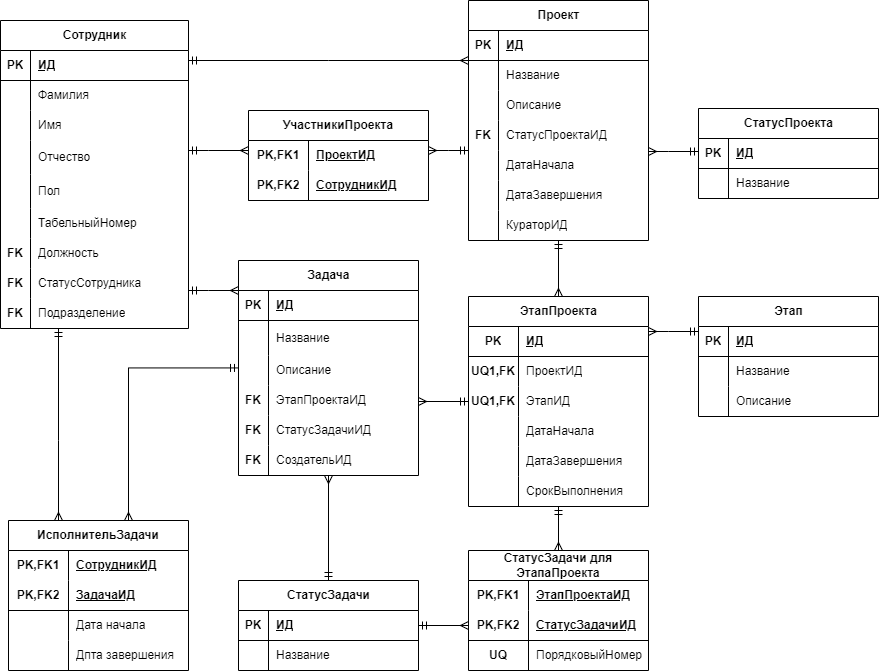
Above: misc/images/diagrams/schema-ER-диаграмма.drawio.png in Kristinycheremych/eremenko-graduateproject (draw.io), before the change. Source tidied: cells renumbered, new cells last; positions are measured from the earlier drawing's top-left corner, leaving out a move shared by most shapes.
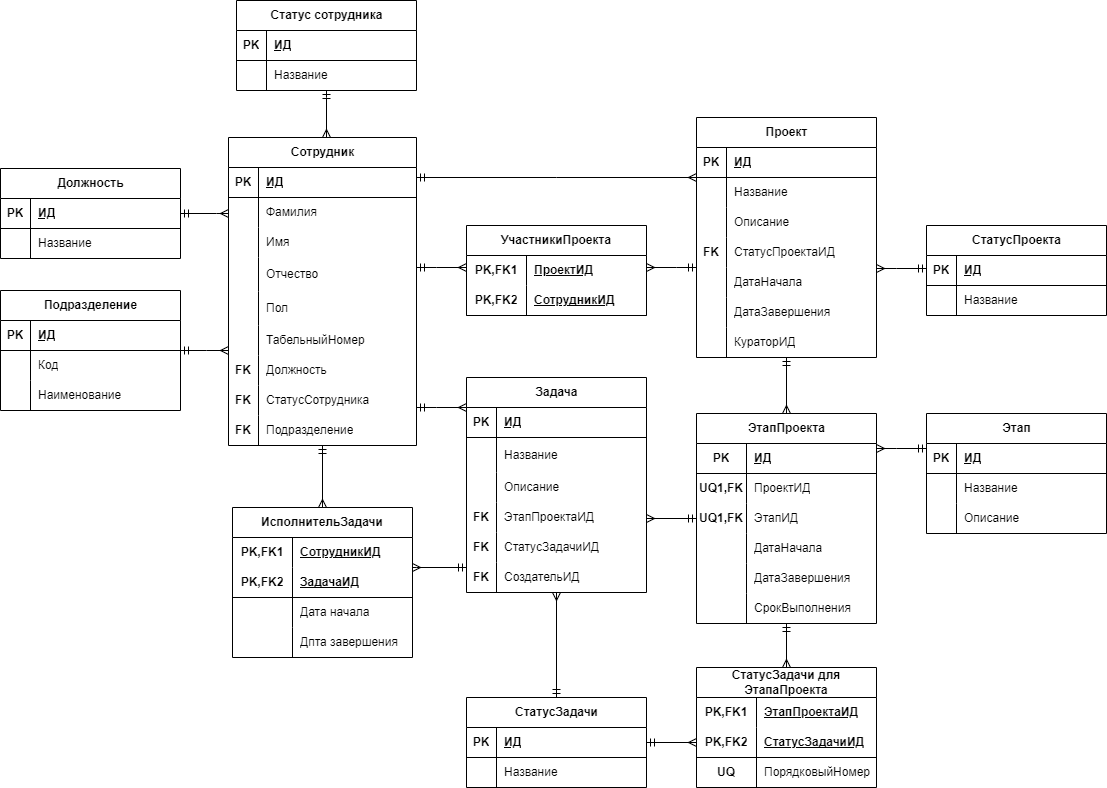
Later version of the same file.

Diff of the diagram source:
```diff
@@ -186,7 +186,7 @@
       <mxGeometry x="60" width="120" height="30" as="geometry" />
     </mxCell>
     <mxCell id="63" value="УчастникиПроекта" style="shape=table;startSize=30;rowLines=0;fontStyle=1;align=center;html=1;whiteSpace=wrap;fillColor=none;swimlaneLine=1;" parent="1" vertex="1">
-      <mxGeometry x="248" y="110" width="180" height="90" as="geometry" />
+      <mxGeometry x="238" y="108" width="180" height="90" as="geometry" />
     </mxCell>
     <mxCell id="64" style="shape=tableRow;horizontal=0;startSize=0;swimlaneHead=0;swimlaneBody=0;fillColor=none;top=0;left=0;right=0;bottom=0;html=1;" parent="63" vertex="1">
       <mxGeometry y="30" width="180" height="30" as="geometry" />
@@ -477,7 +477,8 @@
     <mxCell id="142" style="edgeStyle=orthogonalEdgeStyle;rounded=0;jettySize=auto;html=1;startArrow=ERmandOne;startFill=0;endArrow=ERmany;endFill=0;swimlaneLine=1;" parent="1" edge="1" source="122" target="144">
       <mxGeometry relative="1" as="geometry">
         <Array as="points">
-          <mxPoint x="128" y="367" />
+          <mxPoint x="188" y="450" />
+          <mxPoint x="188" y="450" />
         </Array>
       </mxGeometry>
     </mxCell>
@@ -490,7 +491,7 @@
       </mxGeometry>
     </mxCell>
     <mxCell id="144" value="ИсполнительЗадачи" style="shape=table;startSize=30;rowLines=0;fontStyle=1;align=center;html=1;whiteSpace=wrap;" parent="1" vertex="1">
-      <mxGeometry x="8" y="520" width="180" height="150" as="geometry" />
+      <mxGeometry x="4" y="390" width="180" height="150" as="geometry" />
     </mxCell>
     <mxCell id="145" style="shape=tableRow;horizontal=0;startSize=0;swimlaneHead=0;swimlaneBody=0;fillColor=none;top=0;left=0;right=0;bottom=0;html=1;" parent="144" vertex="1">
       <mxGeometry y="30" width="180" height="30" as="geometry" />
@@ -528,5 +529,101 @@
     <mxCell id="156" value="Дпта завершения" style="shape=partialRectangle;fillColor=none;top=0;left=0;bottom=0;right=0;align=left;spacingLeft=6;overflow=hidden;html=1;whiteSpace=wrap;" parent="154" vertex="1">
       <mxGeometry x="60" width="120" height="30" as="geometry" />
     </mxCell>
+    <mxCell id="157" value="Статус сотрудника" style="shape=table;startSize=30;rowLines=0;fontStyle=1;align=center;html=1;fillColor=none;swimlaneLine=1;" parent="1" vertex="1">
+      <mxGeometry x="8" y="-117" width="180" height="90" as="geometry" />
+    </mxCell>
+    <mxCell id="158" style="shape=tableRow;horizontal=0;startSize=0;swimlaneHead=0;swimlaneBody=0;fillColor=none;top=0;left=0;right=0;bottom=1;" parent="157" vertex="1">
+      <mxGeometry y="30" width="180" height="30" as="geometry" />
+    </mxCell>
+    <mxCell id="159" value="PK" style="shape=partialRectangle;fillColor=none;top=0;left=0;bottom=0;right=0;fontStyle=1;overflow=hidden;whiteSpace=wrap;html=1;" parent="158" vertex="1">
+      <mxGeometry width="30" height="30" as="geometry" />
+    </mxCell>
+    <mxCell id="160" value="ИД" style="shape=partialRectangle;fillColor=none;top=0;left=0;bottom=0;right=0;align=left;spacingLeft=6;fontStyle=5;overflow=hidden;whiteSpace=wrap;html=1;" parent="158" vertex="1">
+      <mxGeometry x="30" width="150" height="30" as="geometry" />
+    </mxCell>
+    <mxCell id="161" style="shape=tableRow;horizontal=0;startSize=0;swimlaneHead=0;swimlaneBody=0;fillColor=none;top=0;left=0;right=0;bottom=0;" parent="157" vertex="1">
+      <mxGeometry y="60" width="180" height="30" as="geometry" />
+    </mxCell>
+    <mxCell id="162" style="shape=partialRectangle;fillColor=none;top=0;left=0;bottom=0;right=0;overflow=hidden;whiteSpace=wrap;html=1;" parent="161" vertex="1">
+      <mxGeometry width="30" height="30" as="geometry" />
+    </mxCell>
+    <mxCell id="163" value="Название" style="shape=partialRectangle;fillColor=none;top=0;left=0;bottom=0;right=0;align=left;spacingLeft=6;overflow=hidden;whiteSpace=wrap;html=1;" parent="161" vertex="1">
+      <mxGeometry x="30" width="150" height="30" as="geometry" />
+    </mxCell>
+    <mxCell id="164" value="Должность" style="shape=table;startSize=30;rowLines=0;fontStyle=1;align=center;html=1;fillColor=none;swimlaneLine=1;" parent="1" vertex="1">
+      <mxGeometry x="-228" y="51" width="180" height="90" as="geometry" />
+    </mxCell>
+    <mxCell id="165" style="shape=tableRow;horizontal=0;startSize=0;swimlaneHead=0;swimlaneBody=0;fillColor=none;points=[[0,0.5],[1,0.5]];portConstraint=eastwest;top=0;left=0;right=0;bottom=1;" parent="164" vertex="1">
+      <mxGeometry y="30" width="180" height="30" as="geometry" />
+    </mxCell>
+    <mxCell id="166" value="PK" style="shape=partialRectangle;fillColor=none;top=0;left=0;bottom=0;right=0;fontStyle=1;overflow=hidden;whiteSpace=wrap;html=1;" parent="165" vertex="1">
+      <mxGeometry width="30" height="30" as="geometry" />
+    </mxCell>
+    <mxCell id="167" value="ИД" style="shape=partialRectangle;fillColor=none;top=0;left=0;bottom=0;right=0;align=left;spacingLeft=6;fontStyle=5;overflow=hidden;whiteSpace=wrap;html=1;" parent="165" vertex="1">
+      <mxGeometry x="30" width="150" height="30" as="geometry" />
+    </mxCell>
+    <mxCell id="168" style="shape=tableRow;horizontal=0;startSize=0;swimlaneHead=0;swimlaneBody=0;fillColor=none;top=0;left=0;right=0;bottom=0;" parent="164" vertex="1">
+      <mxGeometry y="60" width="180" height="30" as="geometry" />
+    </mxCell>
+    <mxCell id="169" style="shape=partialRectangle;fillColor=none;top=0;left=0;bottom=0;right=0;overflow=hidden;whiteSpace=wrap;html=1;" parent="168" vertex="1">
+      <mxGeometry width="30" height="30" as="geometry" />
+    </mxCell>
+    <mxCell id="170" value="Название" style="shape=partialRectangle;fillColor=none;top=0;left=0;bottom=0;right=0;align=left;spacingLeft=6;overflow=hidden;whiteSpace=wrap;html=1;" parent="168" vertex="1">
+      <mxGeometry x="30" width="150" height="30" as="geometry" />
+    </mxCell>
+    <mxCell id="171" style="edgeStyle=orthogonalEdgeStyle;rounded=0;jettySize=auto;html=1;startArrow=ERmandOne;startFill=0;endArrow=ERmany;endFill=0;" parent="1" edge="1" source="172" target="71">
+      <mxGeometry relative="1" as="geometry">
+        <Array as="points">
+          <mxPoint x="-22" y="233" />
+          <mxPoint x="-22" y="233" />
+        </Array>
+      </mxGeometry>
+    </mxCell>
+    <mxCell id="172" value="Подразделение" style="shape=table;startSize=30;rowLines=0;fontStyle=1;align=center;html=1;fillColor=none;swimlaneLine=1;" parent="1" vertex="1">
+      <mxGeometry x="-228" y="173" width="180" height="120" as="geometry" />
+    </mxCell>
+    <mxCell id="173" style="shape=tableRow;horizontal=0;startSize=0;swimlaneHead=0;swimlaneBody=0;fillColor=none;top=0;left=0;right=0;bottom=1;" parent="172" vertex="1">
+      <mxGeometry y="30" width="180" height="30" as="geometry" />
+    </mxCell>
+    <mxCell id="174" value="PK" style="shape=partialRectangle;fillColor=none;top=0;left=0;bottom=0;right=0;fontStyle=1;overflow=hidden;whiteSpace=wrap;html=1;" parent="173" vertex="1">
+      <mxGeometry width="30" height="30" as="geometry" />
+    </mxCell>
+    <mxCell id="175" value="ИД" style="shape=partialRectangle;fillColor=none;top=0;left=0;bottom=0;right=0;align=left;spacingLeft=6;fontStyle=5;overflow=hidden;whiteSpace=wrap;html=1;" parent="173" vertex="1">
+      <mxGeometry x="30" width="150" height="30" as="geometry" />
+    </mxCell>
+    <mxCell id="176" style="shape=tableRow;horizontal=0;startSize=0;swimlaneHead=0;swimlaneBody=0;fillColor=none;top=0;left=0;right=0;bottom=0;" parent="172" vertex="1">
+      <mxGeometry y="60" width="180" height="30" as="geometry" />
+    </mxCell>
+    <mxCell id="177" style="shape=partialRectangle;fillColor=none;top=0;left=0;bottom=0;right=0;overflow=hidden;whiteSpace=wrap;html=1;" parent="176" vertex="1">
+      <mxGeometry width="30" height="30" as="geometry" />
+    </mxCell>
+    <mxCell id="178" value="Код" style="shape=partialRectangle;fillColor=none;top=0;left=0;bottom=0;right=0;align=left;spacingLeft=6;overflow=hidden;whiteSpace=wrap;html=1;" parent="176" vertex="1">
+      <mxGeometry x="30" width="150" height="30" as="geometry" />
+    </mxCell>
+    <mxCell id="179" style="shape=tableRow;horizontal=0;startSize=0;swimlaneHead=0;swimlaneBody=0;fillColor=none;top=0;left=0;right=0;bottom=0;" parent="172" vertex="1">
+      <mxGeometry y="90" width="180" height="30" as="geometry" />
+    </mxCell>
+    <mxCell id="180" style="shape=partialRectangle;fillColor=none;top=0;left=0;bottom=0;right=0;overflow=hidden;whiteSpace=wrap;html=1;" parent="179" vertex="1">
+      <mxGeometry width="30" height="30" as="geometry" />
+    </mxCell>
+    <mxCell id="181" value="Наименование" style="shape=partialRectangle;fillColor=none;top=0;left=0;bottom=0;right=0;align=left;spacingLeft=6;overflow=hidden;whiteSpace=wrap;html=1;" parent="179" vertex="1">
+      <mxGeometry x="30" width="150" height="30" as="geometry" />
+    </mxCell>
+    <mxCell id="182" style="edgeStyle=orthogonalEdgeStyle;rounded=0;jettySize=auto;html=1;startArrow=ERmandOne;startFill=0;endArrow=ERmany;endFill=0;" parent="1" edge="1" source="157" target="71">
+      <mxGeometry relative="1" as="geometry">
+        <Array as="points">
+          <mxPoint x="98" y="-20" />
+          <mxPoint x="98" y="-20" />
+        </Array>
+      </mxGeometry>
+    </mxCell>
+    <mxCell id="183" style="edgeStyle=orthogonalEdgeStyle;rounded=0;jettySize=auto;html=1;startArrow=ERmandOne;startFill=0;endArrow=ERmany;endFill=0;" parent="1" edge="1" source="165" target="71">
+      <mxGeometry relative="1" as="geometry">
+        <Array as="points">
+          <mxPoint x="-12" y="96" />
+          <mxPoint x="-12" y="96" />
+        </Array>
+      </mxGeometry>
+    </mxCell>
   </root>
 </mxGraphModel>
```
